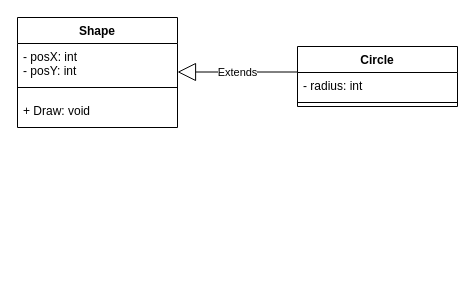
Baochx/Baochx.github.io keeps this draw.io diagram as files/uml基本图.drawio. Above is the earlier version. Source tidied: cells renumbered, new cells numbered last; positions are measured from the earlier drawing's top-left corner, leaving out a move shared by most shapes. Both pictures are drawn from the tidied source at 100%, with x=0, y=0 at pixel (17, 17).
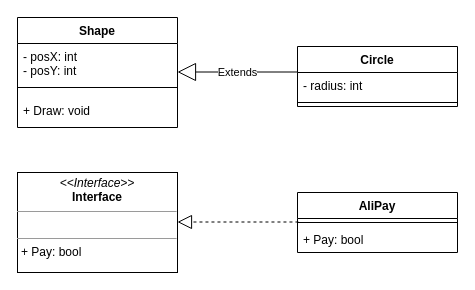
The same page after the edit.

Commit message:
更新uml基本图.drawio

Change to the diagram source:
```diff
@@
 <mxGraphModel>
   <root>
     <mxCell id="0" />
     <mxCell id="1" parent="0" />
     <mxCell id="2" value="Shape" style="swimlane;fontStyle=1;align=center;verticalAlign=top;horizontal=1;startSize=26;" parent="1" vertex="1">
       <mxGeometry width="160" height="110" as="geometry" />
     </mxCell>
     <mxCell id="3" value="- posX: int&#10;- posY: int" style="text;strokeColor=none;fillColor=none;align=left;verticalAlign=top;spacingLeft=4;spacingRight=4;overflow=hidden;" parent="2" vertex="1">
       <mxGeometry y="26" width="160" height="34" as="geometry" />
     </mxCell>
     <mxCell id="4" style="line;strokeWidth=1;fillColor=none;align=left;verticalAlign=middle;spacingTop=-1;spacingLeft=3;spacingRight=3;labelPosition=right;strokeColor=inherit;" parent="2" vertex="1">
       <mxGeometry y="60" width="160" height="20" as="geometry" />
     </mxCell>
     <mxCell id="5" value="+ Draw: void" style="text;strokeColor=none;fillColor=none;align=left;verticalAlign=top;spacingLeft=4;spacingRight=4;overflow=hidden;" parent="2" vertex="1">
       <mxGeometry y="80" width="160" height="30" as="geometry" />
     </mxCell>
     <mxCell id="6" value="Circle" style="swimlane;fontStyle=1;align=center;verticalAlign=top;horizontal=1;startSize=26;" parent="1" vertex="1">
       <mxGeometry x="280" y="29" width="160" height="60" as="geometry" />
     </mxCell>
     <mxCell id="7" value="- radius: int" style="text;strokeColor=none;fillColor=none;align=left;verticalAlign=top;spacingLeft=4;spacingRight=4;overflow=hidden;" parent="6" vertex="1">
       <mxGeometry y="26" width="160" height="26" as="geometry" />
     </mxCell>
     <mxCell id="8" style="line;strokeWidth=1;fillColor=none;align=left;verticalAlign=middle;spacingTop=-1;spacingLeft=3;spacingRight=3;labelPosition=right;strokeColor=inherit;" parent="6" vertex="1">
       <mxGeometry y="52" width="160" height="8" as="geometry" />
     </mxCell>
     <mxCell id="9" value="Extends" style="endArrow=block;endSize=16;endFill=0;html=1;rounded=0;" parent="1" edge="1">
       <mxGeometry relative="1" as="geometry">
         <mxPoint x="280" y="54.5" as="sourcePoint" />
         <mxPoint x="160" y="54.5" as="targetPoint" />
       </mxGeometry>
     </mxCell>
+    <mxCell id="10" value="&lt;p style=&quot;margin:0px;margin-top:4px;text-align:center;&quot;&gt;&lt;i&gt;&amp;lt;&amp;lt;Interface&amp;gt;&amp;gt;&lt;/i&gt;&lt;br&gt;&lt;b&gt;Interface&lt;/b&gt;&lt;/p&gt;&lt;hr size=&quot;1&quot;&gt;&lt;p style=&quot;margin:0px;margin-left:4px;&quot;&gt;&lt;br&gt;&lt;/p&gt;&lt;hr size=&quot;1&quot;&gt;&lt;p style=&quot;margin:0px;margin-left:4px;&quot;&gt;+ Pay: bool&lt;br&gt;&lt;/p&gt;" style="verticalAlign=top;align=left;overflow=fill;fontSize=12;fontFamily=Helvetica;html=1;" parent="1" vertex="1">
+      <mxGeometry y="155" width="160" height="100" as="geometry" />
+    </mxCell>
+    <mxCell id="11" value="AliPay" style="swimlane;fontStyle=1;align=center;verticalAlign=top;horizontal=1;startSize=26;" parent="1" vertex="1">
+      <mxGeometry x="280" y="175" width="160" height="60" as="geometry" />
+    </mxCell>
+    <mxCell id="12" style="line;strokeWidth=1;fillColor=none;align=left;verticalAlign=middle;spacingTop=-1;spacingLeft=3;spacingRight=3;labelPosition=right;points=[];portConstraint=eastwest;strokeColor=inherit;" parent="11" vertex="1">
+      <mxGeometry y="26" width="160" height="8" as="geometry" />
+    </mxCell>
+    <mxCell id="13" value="+ Pay: bool" style="text;strokeColor=none;fillColor=none;align=left;verticalAlign=top;spacingLeft=4;spacingRight=4;overflow=hidden;" parent="11" vertex="1">
+      <mxGeometry y="34" width="160" height="26" as="geometry" />
+    </mxCell>
+    <mxCell id="14" style="endArrow=block;dashed=1;endFill=0;endSize=12;html=1;rounded=0;exitX=0.006;exitY=0.438;exitDx=0;exitDy=0;exitPerimeter=0;" parent="1" edge="1" source="12">
+      <mxGeometry relative="1" as="geometry">
+        <mxPoint x="160" y="204.5" as="targetPoint" />
+      </mxGeometry>
+    </mxCell>
   </root>
 </mxGraphModel>
```
